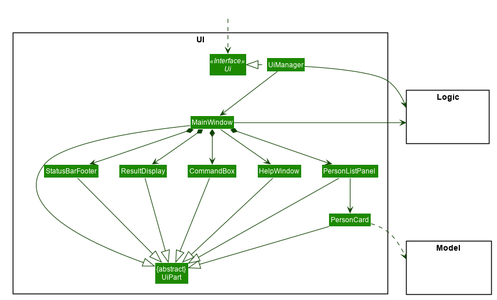
nus-cs2103-AY2021S1/tp keeps this PlantUML diagram as docs/images/UiClassDiagram.png. Above is the earlier version.
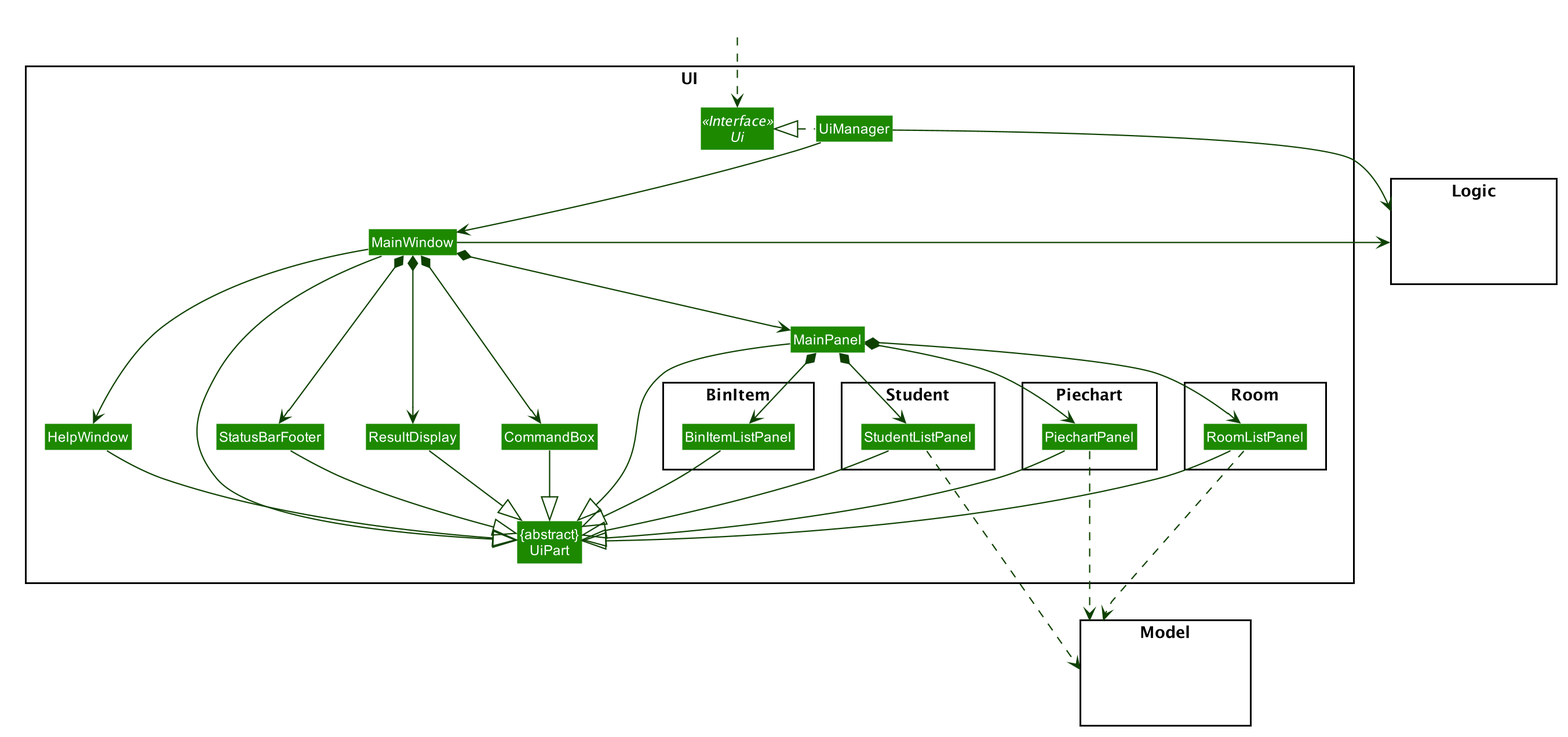
After the commit.

Commit message:
Add Class diagram

Diff of the diagram source:
```diff
@@ -58,10 +58,29 @@
 Class MainWindow
 Class HelpWindow
 Class ResultDisplay
-Class PersonListPanel
-Class PersonCard
+Class MainPanel
 Class StatusBarFooter
 Class CommandBox
+
+
+package Student <<Rectangle>> {
+Class StudentListPanel
+}
+
+skinparam componentBorderColor transparent
+package Room <<Rectangle>>{
+Class RoomListPanel
+}
+
+package BinItem <<Rectangle>>{
+Class BinItemListPanel
+}
+
+package Piechart <<Rectangle>> {
+Class PiechartPanel
+}
+
+Class StudentListPanel
 }
 
 package Model <<Rectangle>> {
@@ -80,28 +99,39 @@
 MainWindow --> HelpWindow
 MainWindow *-down-> CommandBox
 MainWindow *-down-> ResultDisplay
-MainWindow *-down-> PersonListPanel
+MainWindow *-down-> MainPanel
 MainWindow *-down-> StatusBarFooter
 
-PersonListPanel -down-> PersonCard
+MainPanel *-down-> RoomListPanel
+MainPanel *-down-> BinItemListPanel
+MainPanel *-down-> PiechartPanel
+MainPanel *-down-> StudentListPanel
 
-MainWindow -left-|> UiPart
+RoomListPanel --|> UiPart
+BinItemListPanel --|> UiPart
+PiechartPanel --|> UiPart
+StudentListPanel --|> UiPart
+
+RoomListPanel ..down.> Model
+StudentListPanel ..down.> Model
+PiechartPanel ..down.> Model
+
+MainWindow --left|> UiPart
 
 ResultDisplay --|> UiPart
 CommandBox --|> UiPart
-PersonListPanel --|> UiPart
-PersonCard --|> UiPart
 StatusBarFooter --|> UiPart
 HelpWindow -down-|> UiPart
+MainPanel --|> UiPart
 
-PersonCard ..> Model
 UiManager -right-> Logic
 MainWindow -left-> Logic
 
-PersonListPanel -[hidden]left- HelpWindow
 HelpWindow -[hidden]left- CommandBox
 CommandBox -[hidden]left- ResultDisplay
 ResultDisplay -[hidden]left- StatusBarFooter
+StudentListPanel -[hidden]right- PiechartPanel
+RoomListPanel -[hidden]left- BinItemListPanel
 
 MainWindow -[hidden]-|> UiPart
 @enduml
```
